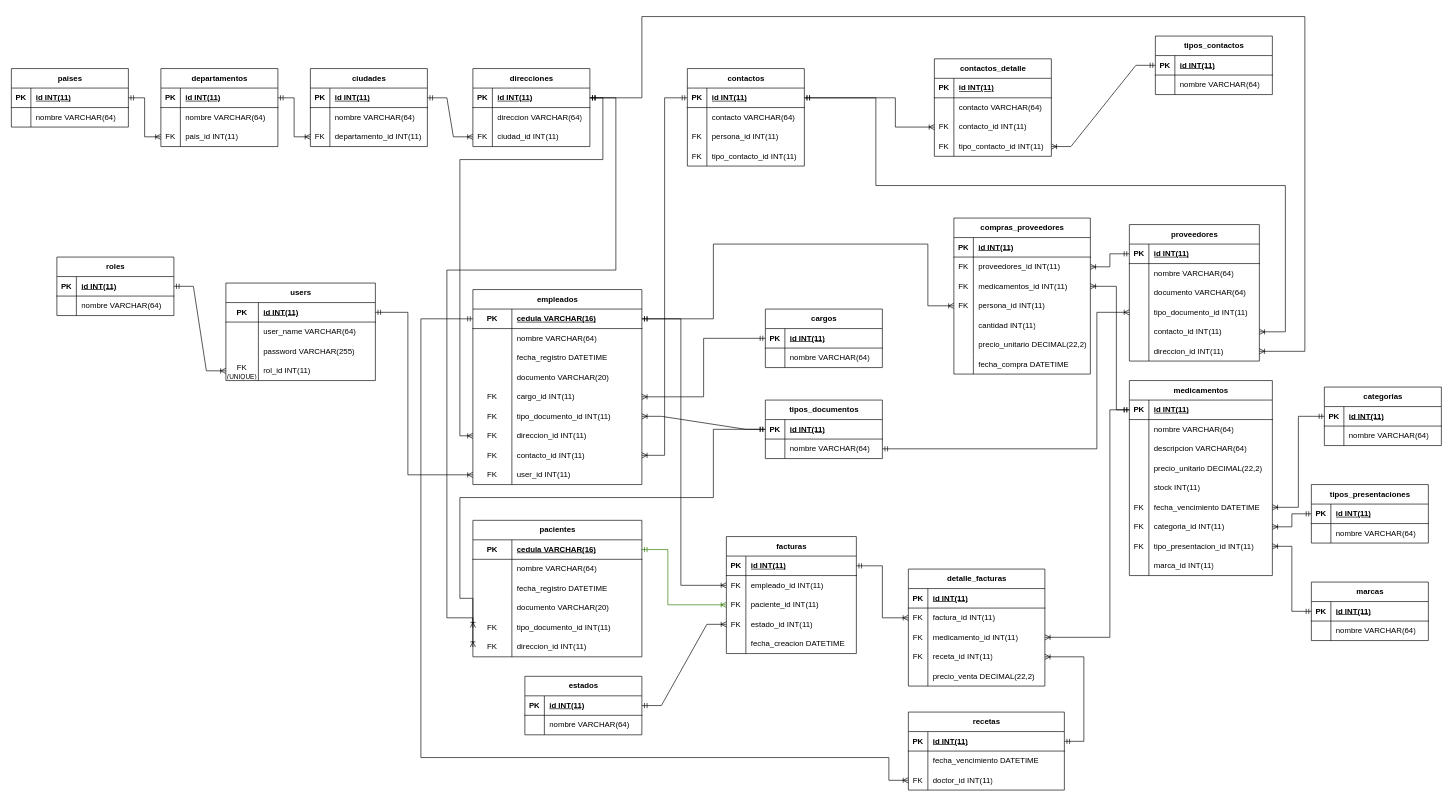
Above: recursos/Diagrama BD v2.0.drawio in Alexander-Calderon/farmacia_v2 (draw.io), before the change. Source tidied: cells renumbered, new cells numbered last; positions are measured from the earlier drawing's top-left corner, leaving out a move shared by most shapes. Both pictures are drawn from the tidied source at 65%, with x=0, y=0 at pixel (11, 16).
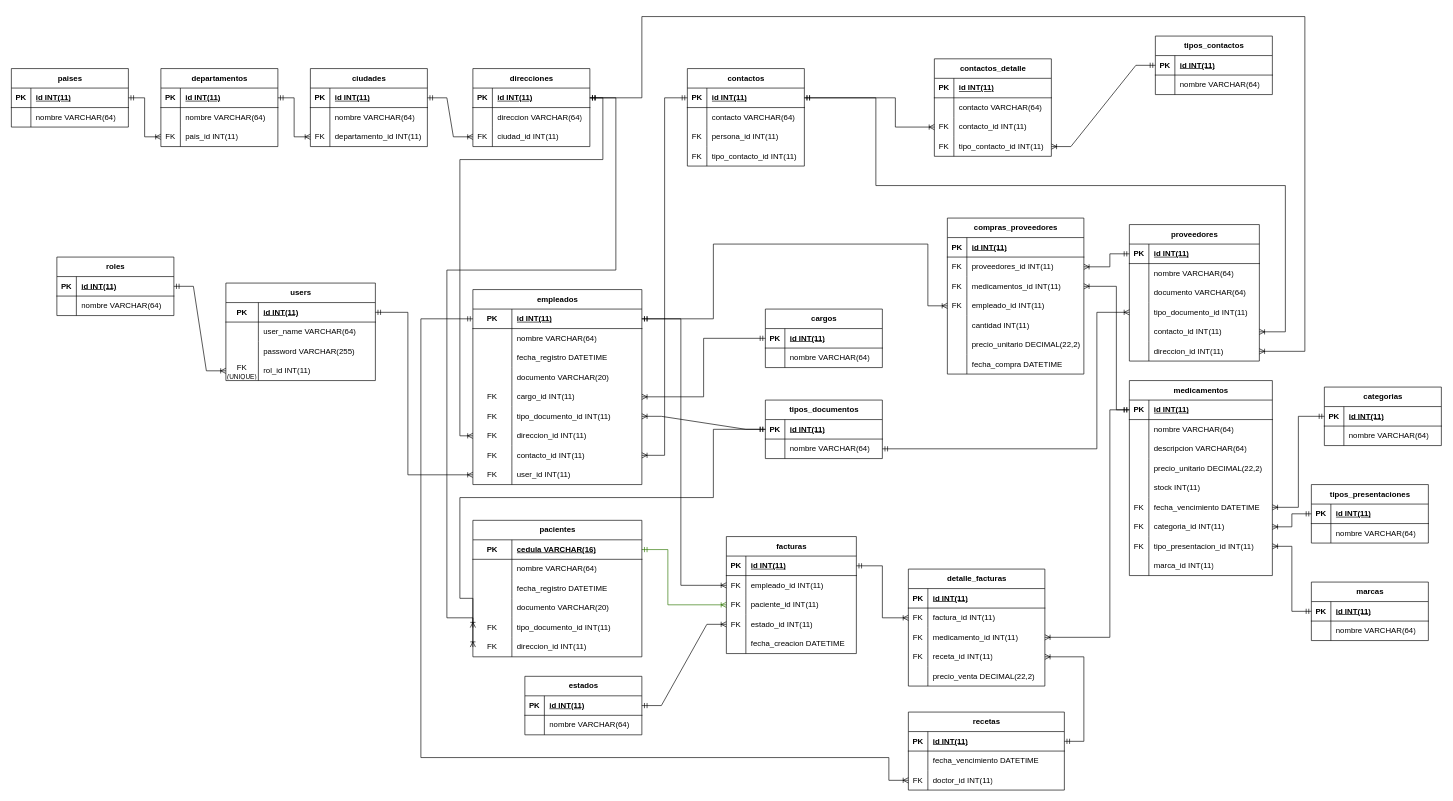
The same page after the edit.

Commit message (it also covers changes not shown here):
se añade el diagrama v2.0

The change refers to these unchanged cells:
```xml
<mxCell id="23" style="shape=tableRow;horizontal=0;startSize=0;swimlaneHead=0;swimlaneBody=0;fillColor=none;points=[[0,0.5],[1,0.5]];portConstraint=eastwest;top=0;left=0;right=0;bottom=1;" parent="22" vertex="1">
  <mxGeometry y="30" width="260" height="30" as="geometry" />
</mxCell>
<mxCell id="208" style="shape=tableRow;horizontal=0;startSize=0;swimlaneHead=0;swimlaneBody=0;fillColor=none;points=[[0,0.5],[1,0.5]];portConstraint=eastwest;top=0;left=0;right=0;bottom=0;" parent="198" vertex="1">
  <mxGeometry y="120" width="210" height="30" as="geometry" />
</mxCell>
```

What changed in the source:
```diff
@@
-    <mxCell id="25" value="cedula VARCHAR(16)" style="shape=partialRectangle;fillColor=none;top=0;left=0;bottom=0;right=0;align=left;spacingLeft=6;fontStyle=5;overflow=hidden;whiteSpace=wrap;html=1;" parent="23" vertex="1">
+    <mxCell id="25" value="id INT(11)" style="shape=partialRectangle;fillColor=none;top=0;left=0;bottom=0;right=0;align=left;spacingLeft=6;fontStyle=5;overflow=hidden;whiteSpace=wrap;html=1;" parent="23" vertex="1">
       <mxGeometry x="60" width="200" height="30" as="geometry" />
     </mxCell>
@@
     <mxCell id="198" value="compras_proveedores" style="shape=table;startSize=30;childLayout=tableLayout;rowLines=0;fontStyle=1;align=center;html=1;" parent="1" vertex="1">
-      <mxGeometry x="1450" y="310" width="210" height="240" as="geometry" />
+      <mxGeometry x="1440" y="310" width="210" height="240" as="geometry" />
     </mxCell>
@@
-    <mxCell id="210" value="persona_id INT(11)" style="shape=partialRectangle;fillColor=none;top=0;left=0;bottom=0;right=0;align=left;spacingLeft=6;overflow=hidden;whiteSpace=wrap;html=1;" parent="208" vertex="1">
+    <mxCell id="210" value="empleado_id INT(11)" style="shape=partialRectangle;fillColor=none;top=0;left=0;bottom=0;right=0;align=left;spacingLeft=6;overflow=hidden;whiteSpace=wrap;html=1;" parent="208" vertex="1">
       <mxGeometry x="30" width="180" height="30" as="geometry" />
     </mxCell>
```
